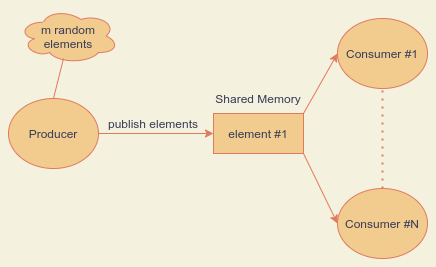
This is producer-consumers.png from PetropoulakisPanagiotis/producer-consumer, a draw.io export, as it was before one commit. Source tidied: cells renumbered, new cells last; positions are measured from the earlier drawing's top-left corner, leaving out a move shared by most shapes.
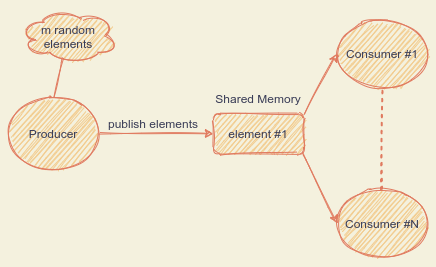
The same diagram one commit later.

What changed in the source:
```diff
@@ -2,40 +2,40 @@
   <root>
     <mxCell id="0" />
     <mxCell id="1" parent="0" />
-    <mxCell id="2" value="Producer" style="ellipse;whiteSpace=wrap;html=1;fillColor=#F2CC8F;strokeColor=#E07A5F;fontColor=#393C56;" parent="1" vertex="1">
+    <mxCell id="2" value="Producer" style="ellipse;whiteSpace=wrap;html=1;fillColor=#F2CC8F;strokeColor=#E07A5F;fontColor=#393C56;sketch=1;rounded=1;" parent="1" vertex="1">
       <mxGeometry y="90" width="90" height="70" as="geometry" />
     </mxCell>
-    <mxCell id="3" value="Consumer #1" style="ellipse;whiteSpace=wrap;html=1;fillColor=#F2CC8F;strokeColor=#E07A5F;fontColor=#393C56;" parent="1" vertex="1">
+    <mxCell id="3" value="Consumer #1" style="ellipse;whiteSpace=wrap;html=1;fillColor=#F2CC8F;strokeColor=#E07A5F;fontColor=#393C56;sketch=1;rounded=1;" parent="1" vertex="1">
       <mxGeometry x="329" y="10" width="90" height="70" as="geometry" />
     </mxCell>
-    <mxCell id="4" value="Consumer #N" style="ellipse;whiteSpace=wrap;html=1;fillColor=#F2CC8F;strokeColor=#E07A5F;fontColor=#393C56;" parent="1" vertex="1">
+    <mxCell id="4" value="Consumer #N" style="ellipse;whiteSpace=wrap;html=1;fillColor=#F2CC8F;strokeColor=#E07A5F;fontColor=#393C56;sketch=1;rounded=1;" parent="1" vertex="1">
       <mxGeometry x="329" y="180" width="90" height="70" as="geometry" />
     </mxCell>
-    <mxCell id="5" value="element #1" style="rounded=0;whiteSpace=wrap;html=1;fillColor=#F2CC8F;strokeColor=#E07A5F;fontColor=#393C56;" parent="1" vertex="1">
+    <mxCell id="5" value="element #1" style="whiteSpace=wrap;html=1;fillColor=#F2CC8F;strokeColor=#E07A5F;fontColor=#393C56;sketch=1;rounded=1;" parent="1" vertex="1">
       <mxGeometry x="205" y="105" width="90" height="40" as="geometry" />
     </mxCell>
-    <mxCell id="6" value="Shared Memory" style="text;html=1;strokeColor=none;fillColor=none;align=center;verticalAlign=middle;whiteSpace=wrap;rounded=0;fontColor=#393C56;" parent="1" vertex="1">
+    <mxCell id="6" value="Shared Memory" style="text;html=1;strokeColor=none;fillColor=none;align=center;verticalAlign=middle;whiteSpace=wrap;fontColor=#393C56;sketch=1;rounded=1;" parent="1" vertex="1">
       <mxGeometry x="200" y="80" width="100" height="20" as="geometry" />
     </mxCell>
-    <mxCell id="7" style="endArrow=none;dashed=1;html=1;dashPattern=1 3;strokeWidth=2;entryX=0.5;entryY=1;entryDx=0;entryDy=0;labelBackgroundColor=#F4F1DE;strokeColor=#E07A5F;fontColor=#393C56;" parent="1" edge="1" source="4" target="3">
+    <mxCell id="7" style="endArrow=none;dashed=1;html=1;dashPattern=1 3;strokeWidth=2;entryX=0.5;entryY=1;entryDx=0;entryDy=0;labelBackgroundColor=#F4F1DE;strokeColor=#E07A5F;fontColor=#393C56;sketch=1;" parent="1" edge="1" source="4" target="3">
       <mxGeometry relative="1" as="geometry" />
     </mxCell>
-    <mxCell id="8" style="endArrow=classic;html=1;exitX=1;exitY=1;exitDx=0;exitDy=0;entryX=0;entryY=0.5;entryDx=0;entryDy=0;labelBackgroundColor=#F4F1DE;strokeColor=#E07A5F;fontColor=#393C56;" parent="1" edge="1" source="5" target="4">
+    <mxCell id="8" style="endArrow=classic;html=1;exitX=1;exitY=1;exitDx=0;exitDy=0;entryX=0;entryY=0.5;entryDx=0;entryDy=0;labelBackgroundColor=#F4F1DE;strokeColor=#E07A5F;fontColor=#393C56;sketch=1;" parent="1" edge="1" source="5" target="4">
       <mxGeometry relative="1" as="geometry" />
     </mxCell>
-    <mxCell id="9" style="endArrow=classic;html=1;exitX=1;exitY=0;exitDx=0;exitDy=0;entryX=0;entryY=0.5;entryDx=0;entryDy=0;labelBackgroundColor=#F4F1DE;strokeColor=#E07A5F;fontColor=#393C56;" parent="1" edge="1" source="5" target="3">
+    <mxCell id="9" style="endArrow=classic;html=1;exitX=1;exitY=0;exitDx=0;exitDy=0;entryX=0;entryY=0.5;entryDx=0;entryDy=0;labelBackgroundColor=#F4F1DE;strokeColor=#E07A5F;fontColor=#393C56;sketch=1;" parent="1" edge="1" source="5" target="3">
       <mxGeometry relative="1" as="geometry" />
     </mxCell>
-    <mxCell id="10" style="endArrow=classic;html=1;exitX=1;exitY=0.5;exitDx=0;exitDy=0;entryX=0;entryY=0.5;entryDx=0;entryDy=0;labelBackgroundColor=#F4F1DE;strokeColor=#E07A5F;fontColor=#393C56;" parent="1" edge="1" source="2" target="5">
+    <mxCell id="10" style="endArrow=classic;html=1;exitX=1;exitY=0.5;exitDx=0;exitDy=0;entryX=0;entryY=0.5;entryDx=0;entryDy=0;labelBackgroundColor=#F4F1DE;strokeColor=#E07A5F;fontColor=#393C56;sketch=1;" parent="1" edge="1" source="2" target="5">
       <mxGeometry relative="1" as="geometry" />
     </mxCell>
-    <mxCell id="11" value="m random elements" style="ellipse;shape=cloud;whiteSpace=wrap;html=1;fillColor=#F2CC8F;strokeColor=#E07A5F;fontColor=#393C56;" parent="1" vertex="1">
+    <mxCell id="11" value="m random elements" style="ellipse;shape=cloud;whiteSpace=wrap;html=1;fillColor=#F2CC8F;strokeColor=#E07A5F;fontColor=#393C56;sketch=1;rounded=1;" parent="1" vertex="1">
       <mxGeometry x="10" width="100" height="55" as="geometry" />
     </mxCell>
-    <mxCell id="12" style="endArrow=none;html=1;entryX=0.45;entryY=0.909;entryDx=0;entryDy=0;entryPerimeter=0;exitX=0.5;exitY=0;exitDx=0;exitDy=0;labelBackgroundColor=#F4F1DE;strokeColor=#E07A5F;fontColor=#393C56;" parent="1" edge="1" source="2" target="11">
+    <mxCell id="12" style="endArrow=none;html=1;entryX=0.45;entryY=0.909;entryDx=0;entryDy=0;entryPerimeter=0;exitX=0.5;exitY=0;exitDx=0;exitDy=0;labelBackgroundColor=#F4F1DE;strokeColor=#E07A5F;fontColor=#393C56;sketch=1;" parent="1" edge="1" source="2" target="11">
       <mxGeometry relative="1" as="geometry" />
     </mxCell>
-    <mxCell id="13" value="publish elements" style="text;html=1;strokeColor=none;fillColor=none;align=center;verticalAlign=middle;whiteSpace=wrap;rounded=0;fontColor=#393C56;" parent="1" vertex="1">
+    <mxCell id="13" value="publish elements" style="text;html=1;strokeColor=none;fillColor=none;align=center;verticalAlign=middle;whiteSpace=wrap;fontColor=#393C56;sketch=1;rounded=1;" parent="1" vertex="1">
       <mxGeometry x="70" y="105" width="150" height="20" as="geometry" />
     </mxCell>
   </root>
```
